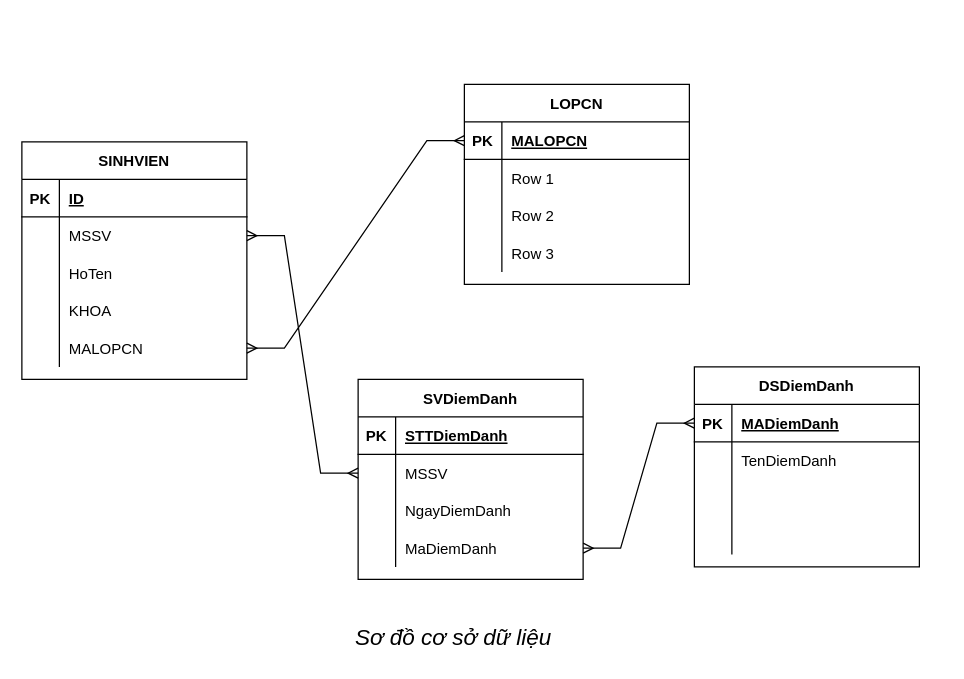
HuuThoCSE/DiemDanhSVThamGiaCTXH keeps this draw.io diagram as project_image/Map Database.drawio. Above is the earlier version. Source tidied: cells renumbered, new cells numbered last; positions are measured from the earlier drawing's top-left corner, leaving out a move shared by most shapes. Both pictures are drawn from the tidied source at 125%, with x=0, y=0 at pixel (21, 84).
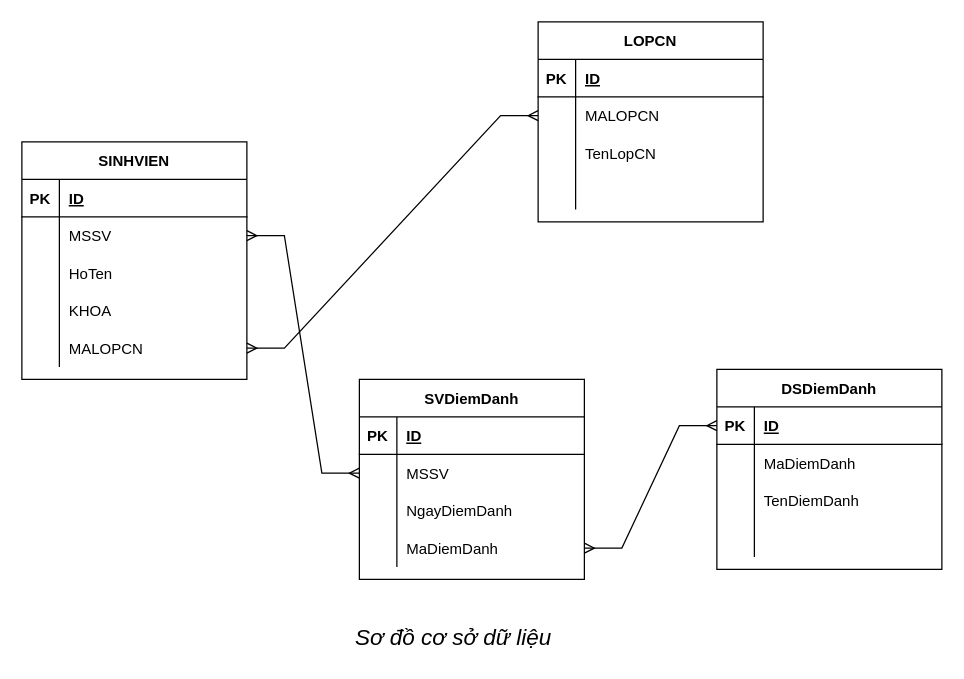
After the change.

Unchanged cells that the change refers to:
```xml
<mxCell id="15" style="shape=tableRow;horizontal=0;startSize=0;swimlaneHead=0;swimlaneBody=0;fillColor=none;points=[[0,0.5],[1,0.5]];portConstraint=eastwest;top=0;left=0;right=0;bottom=0;" parent="2" vertex="1">
  <mxGeometry y="150" width="180" height="30" as="geometry" />
</mxCell>
<mxCell id="19" style="shape=tableRow;horizontal=0;startSize=0;swimlaneHead=0;swimlaneBody=0;fillColor=none;points=[[0,0.5],[1,0.5]];portConstraint=eastwest;top=0;left=0;right=0;bottom=1;" parent="18" vertex="1">
  <mxGeometry y="30" width="180" height="30" as="geometry" />
</mxCell>
<mxCell id="22" style="shape=tableRow;horizontal=0;startSize=0;swimlaneHead=0;swimlaneBody=0;fillColor=none;points=[[0,0.5],[1,0.5]];portConstraint=eastwest;top=0;left=0;right=0;bottom=0;" parent="18" vertex="1">
  <mxGeometry y="60" width="180" height="30" as="geometry" />
</mxCell>
<mxCell id="25" style="shape=tableRow;horizontal=0;startSize=0;swimlaneHead=0;swimlaneBody=0;fillColor=none;top=0;left=0;right=0;bottom=0;" parent="18" vertex="1">
  <mxGeometry y="90" width="180" height="30" as="geometry" />
</mxCell>
<mxCell id="28" style="shape=tableRow;horizontal=0;startSize=0;swimlaneHead=0;swimlaneBody=0;fillColor=none;top=0;left=0;right=0;bottom=0;" parent="18" vertex="1">
  <mxGeometry y="120" width="180" height="30" as="geometry" />
</mxCell>
<mxCell id="33" style="shape=tableRow;horizontal=0;startSize=0;swimlaneHead=0;swimlaneBody=0;fillColor=none;points=[[0,0.5],[1,0.5]];portConstraint=eastwest;top=0;left=0;right=0;bottom=1;" parent="32" vertex="1">
  <mxGeometry y="30" width="180" height="30" as="geometry" />
</mxCell>
<mxCell id="36" style="shape=tableRow;horizontal=0;startSize=0;swimlaneHead=0;swimlaneBody=0;fillColor=none;top=0;left=0;right=0;bottom=0;" parent="32" vertex="1">
  <mxGeometry y="60" width="180" height="30" as="geometry" />
</mxCell>
<mxCell id="39" style="shape=tableRow;horizontal=0;startSize=0;swimlaneHead=0;swimlaneBody=0;fillColor=none;top=0;left=0;right=0;bottom=0;" parent="32" vertex="1">
  <mxGeometry y="90" width="180" height="30" as="geometry" />
</mxCell>
<mxCell id="46" style="shape=tableRow;horizontal=0;startSize=0;swimlaneHead=0;swimlaneBody=0;fillColor=none;top=0;left=0;right=0;bottom=1;" parent="45" vertex="1">
  <mxGeometry y="30" width="180" height="30" as="geometry" />
</mxCell>
```

Change to the diagram source:
```diff
@@
     <mxCell id="18" value="LOPCN" style="shape=table;startSize=30;childLayout=tableLayout;rowLines=0;fontStyle=1;align=center;" parent="1" vertex="1">
-      <mxGeometry x="354" width="180" height="160" as="geometry" />
+      <mxGeometry x="413" y="-50" width="180" height="160" as="geometry" />
     </mxCell>
@@
-    <mxCell id="21" value="MALOPCN" style="shape=partialRectangle;fillColor=none;top=0;left=0;bottom=0;right=0;align=left;spacingLeft=6;fontStyle=5;overflow=hidden;" parent="19" vertex="1">
+    <mxCell id="21" value="ID" style="shape=partialRectangle;fillColor=none;top=0;left=0;bottom=0;right=0;align=left;spacingLeft=6;fontStyle=5;overflow=hidden;" parent="19" vertex="1">
       <mxGeometry x="30" width="150" height="30" as="geometry" />
     </mxCell>
@@
-    <mxCell id="24" value="Row 1" style="shape=partialRectangle;fillColor=none;top=0;left=0;bottom=0;right=0;align=left;spacingLeft=6;overflow=hidden;" parent="22" vertex="1">
+    <mxCell id="24" value="MALOPCN" style="shape=partialRectangle;fillColor=none;top=0;left=0;bottom=0;right=0;align=left;spacingLeft=6;overflow=hidden;" parent="22" vertex="1">
       <mxGeometry x="30" width="150" height="30" as="geometry" />
     </mxCell>
@@
-    <mxCell id="27" value="Row 2" style="shape=partialRectangle;fillColor=none;top=0;left=0;bottom=0;right=0;align=left;spacingLeft=6;overflow=hidden;" parent="25" vertex="1">
+    <mxCell id="27" value="TenLopCN" style="shape=partialRectangle;fillColor=none;top=0;left=0;bottom=0;right=0;align=left;spacingLeft=6;overflow=hidden;" parent="25" vertex="1">
       <mxGeometry x="30" width="150" height="30" as="geometry" />
     </mxCell>
@@
-    <mxCell id="30" value="Row 3" style="shape=partialRectangle;fillColor=none;top=0;left=0;bottom=0;right=0;align=left;spacingLeft=6;overflow=hidden;" parent="28" vertex="1">
+    <mxCell id="30" style="shape=partialRectangle;fillColor=none;top=0;left=0;bottom=0;right=0;align=left;spacingLeft=6;overflow=hidden;" parent="28" vertex="1">
       <mxGeometry x="30" width="150" height="30" as="geometry" />
     </mxCell>
-    <mxCell id="31" style="edgeStyle=entityRelationEdgeStyle;fontSize=12;html=1;endArrow=ERmany;startArrow=ERmany;rounded=0;entryX=0;entryY=0.5;entryDx=0;entryDy=0;" parent="1" edge="1" source="15" target="19">
+    <mxCell id="31" style="edgeStyle=entityRelationEdgeStyle;fontSize=12;html=1;endArrow=ERmany;startArrow=ERmany;rounded=0;entryX=0;entryY=0.5;entryDx=0;entryDy=0;" parent="1" edge="1" source="15" target="22">
       <mxGeometry relative="1" as="geometry" />
     </mxCell>
     <mxCell id="32" value="DSDiemDanh" style="shape=table;startSize=30;childLayout=tableLayout;rowLines=0;fontStyle=1;align=center;" parent="1" vertex="1">
-      <mxGeometry x="538" y="226" width="180" height="160" as="geometry" />
+      <mxGeometry x="556" y="228" width="180" height="160" as="geometry" />
     </mxCell>
@@
-    <mxCell id="35" value="MADiemDanh" style="shape=partialRectangle;fillColor=none;top=0;left=0;bottom=0;right=0;align=left;spacingLeft=6;fontStyle=5;overflow=hidden;" parent="33" vertex="1">
+    <mxCell id="35" value="ID" style="shape=partialRectangle;fillColor=none;top=0;left=0;bottom=0;right=0;align=left;spacingLeft=6;fontStyle=5;overflow=hidden;" parent="33" vertex="1">
       <mxGeometry x="30" width="150" height="30" as="geometry" />
     </mxCell>
@@
-    <mxCell id="38" value="TenDiemDanh" style="shape=partialRectangle;fillColor=none;top=0;left=0;bottom=0;right=0;align=left;spacingLeft=6;overflow=hidden;" parent="36" vertex="1">
+    <mxCell id="38" value="MaDiemDanh" style="shape=partialRectangle;fillColor=none;top=0;left=0;bottom=0;right=0;align=left;spacingLeft=6;overflow=hidden;" parent="36" vertex="1">
       <mxGeometry x="30" width="150" height="30" as="geometry" />
     </mxCell>
@@
-    <mxCell id="41" style="shape=partialRectangle;fillColor=none;top=0;left=0;bottom=0;right=0;align=left;spacingLeft=6;overflow=hidden;" parent="39" vertex="1">
+    <mxCell id="41" value="TenDiemDanh" style="shape=partialRectangle;fillColor=none;top=0;left=0;bottom=0;right=0;align=left;spacingLeft=6;overflow=hidden;" parent="39" vertex="1">
       <mxGeometry x="30" width="150" height="30" as="geometry" />
     </mxCell>
@@
     <mxCell id="45" value="SVDiemDanh" style="shape=table;startSize=30;childLayout=tableLayout;rowLines=0;fontStyle=1;align=center;" parent="1" vertex="1">
-      <mxGeometry x="269" y="236" width="180" height="160" as="geometry" />
+      <mxGeometry x="270" y="236" width="180" height="160" as="geometry" />
     </mxCell>
@@
-    <mxCell id="48" value="STTDiemDanh" style="shape=partialRectangle;fillColor=none;top=0;left=0;bottom=0;right=0;align=left;spacingLeft=6;fontStyle=5;overflow=hidden;" parent="46" vertex="1">
+    <mxCell id="48" value="ID" style="shape=partialRectangle;fillColor=none;top=0;left=0;bottom=0;right=0;align=left;spacingLeft=6;fontStyle=5;overflow=hidden;" parent="46" vertex="1">
       <mxGeometry x="30" width="150" height="30" as="geometry" />
     </mxCell>
```
